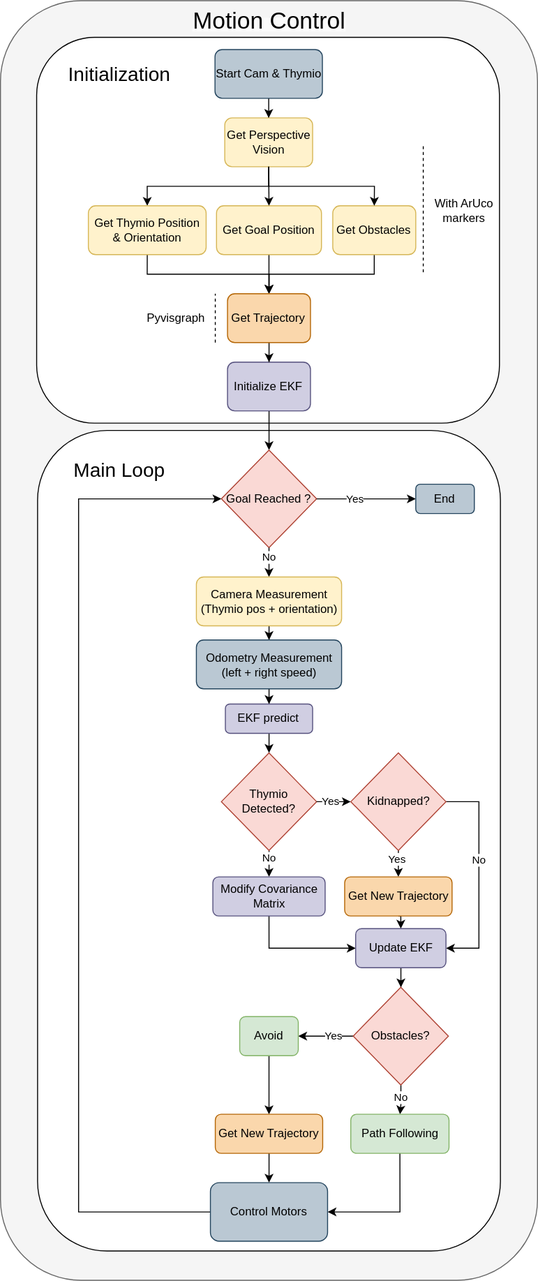
Before: img/motion_control/motion_control.svg, a diagram exported from draw.io (rayangdn/thymio-epfl). Source tidied: cells renumbered, new cells last; positions are measured from the earlier drawing's top-left corner, leaving out a move shared by most shapes.
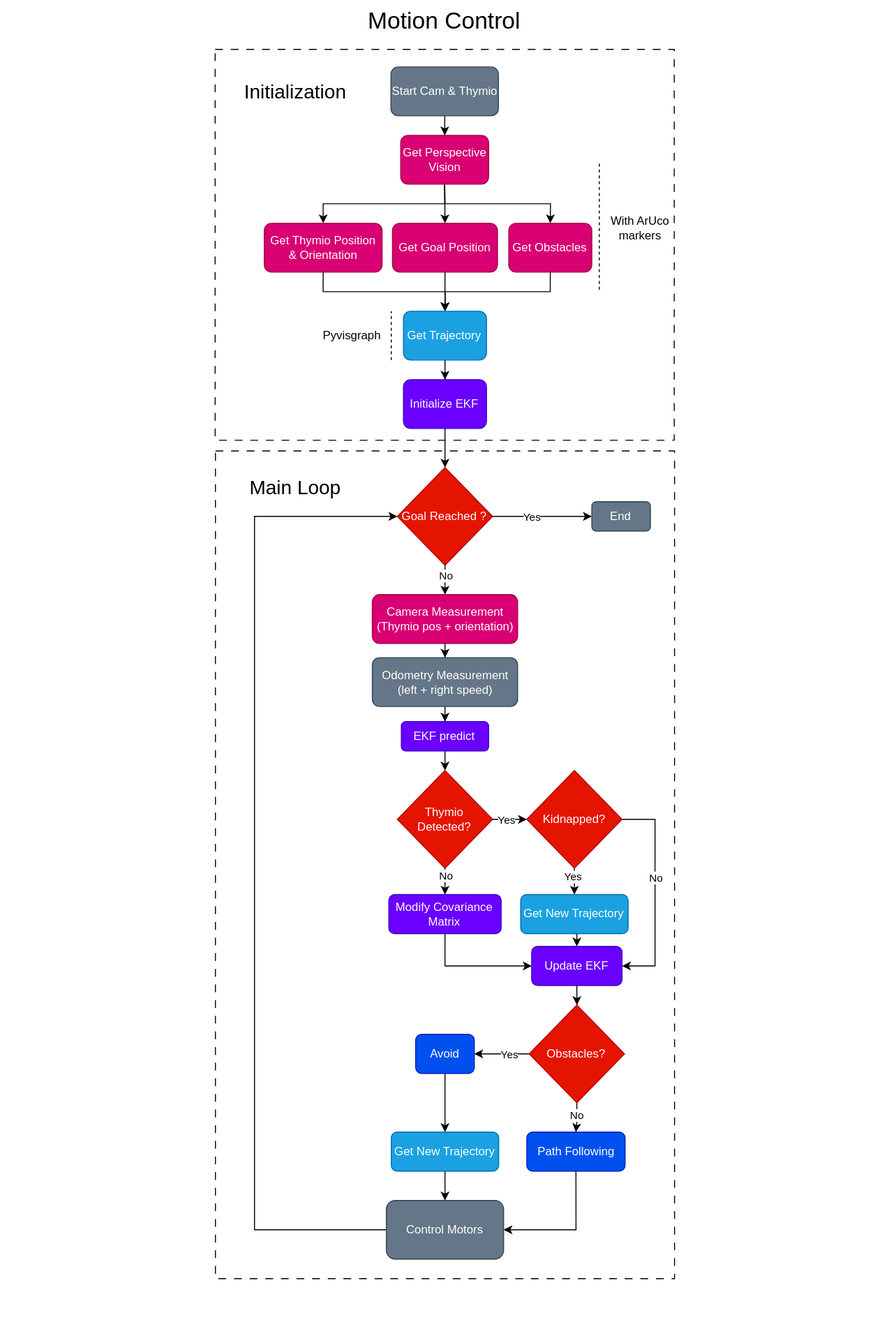
The same file after the commit.

Change to the diagram source:
```diff
@@ -2,55 +2,55 @@
   <root>
     <mxCell id="0" />
     <mxCell id="1" parent="0" />
-    <mxCell id="2" style="rounded=1;whiteSpace=wrap;html=1;fillColor=#f5f5f5;fontColor=#333333;strokeColor=#666666;" parent="1" vertex="1">
-      <mxGeometry width="550" height="1310" as="geometry" />
-    </mxCell>
-    <mxCell id="3" style="rounded=1;whiteSpace=wrap;html=1;" parent="1" vertex="1">
-      <mxGeometry x="38" y="440" width="474" height="840" as="geometry" />
-    </mxCell>
-    <mxCell id="4" style="rounded=1;whiteSpace=wrap;html=1;" parent="1" vertex="1">
-      <mxGeometry x="37" y="37.5" width="474" height="395" as="geometry" />
-    </mxCell>
+    <mxCell id="69" style="rounded=0;whiteSpace=wrap;html=1;dashed=1;dashPattern=8 8;strokeColor=none;" parent="1" vertex="1">
+      <mxGeometry x="-180.3" y="19.5" width="910" height="1320" as="geometry" />
+    </mxCell>
+    <mxCell id="70" style="rounded=0;whiteSpace=wrap;html=1;dashed=1;dashPattern=8 8;" parent="1" vertex="1">
+      <mxGeometry x="40" y="443" width="470" height="847" as="geometry" />
+    </mxCell>
+    <mxCell id="71" style="rounded=0;whiteSpace=wrap;html=1;dashed=1;dashPattern=8 8;" parent="1" vertex="1">
+      <mxGeometry x="39.7" y="32" width="470" height="400" as="geometry" />
+    </mxCell>
     <mxCell id="5" style="edgeStyle=orthogonalEdgeStyle;rounded=0;jettySize=auto;html=1;" parent="1" edge="1" source="6" target="8">
       <mxGeometry relative="1" as="geometry" />
     </mxCell>
-    <mxCell id="6" value="Start Cam &amp;amp; Thymio" style="rounded=1;whiteSpace=wrap;html=1;fillColor=#bac8d3;strokeColor=#23445d;" parent="1" vertex="1">
+    <mxCell id="6" value="Start Cam &amp;amp; Thymio" style="rounded=1;whiteSpace=wrap;html=1;fillColor=#647687;strokeColor=#314354;fontColor=#ffffff;" parent="1" vertex="1">
       <mxGeometry x="219.7" y="50" width="110" height="50" as="geometry" />
     </mxCell>
     <mxCell id="7" style="edgeStyle=orthogonalEdgeStyle;rounded=0;jettySize=auto;html=1;exitX=0.5;exitY=1;exitDx=0;exitDy=0;entryX=0.5;entryY=0;entryDx=0;entryDy=0;" parent="1" edge="1" source="8" target="10">
       <mxGeometry relative="1" as="geometry" />
     </mxCell>
-    <mxCell id="8" value="Get Perspective Vision" style="rounded=1;whiteSpace=wrap;html=1;fillColor=#fff2cc;strokeColor=#d6b656;" parent="1" vertex="1">
+    <mxCell id="8" value="Get Perspective Vision" style="rounded=1;whiteSpace=wrap;html=1;fillColor=#d80073;strokeColor=#A50040;fontColor=#ffffff;" parent="1" vertex="1">
       <mxGeometry x="229.7" y="120" width="90" height="50" as="geometry" />
     </mxCell>
     <mxCell id="9" style="edgeStyle=orthogonalEdgeStyle;rounded=0;jettySize=auto;html=1;entryX=0.5;entryY=0;entryDx=0;entryDy=0;exitX=0.5;exitY=1;exitDx=0;exitDy=0;" parent="1" edge="1" source="10" target="18">
       <mxGeometry relative="1" as="geometry" />
     </mxCell>
-    <mxCell id="10" value="Get Thymio Position &amp;amp; Orientation" style="rounded=1;whiteSpace=wrap;html=1;fillColor=#fff2cc;strokeColor=#d6b656;" parent="1" vertex="1">
+    <mxCell id="10" value="Get Thymio Position &amp;amp; Orientation" style="rounded=1;whiteSpace=wrap;html=1;fillColor=#d80073;strokeColor=#A50040;fontColor=#ffffff;" parent="1" vertex="1">
       <mxGeometry x="90" y="210" width="120.6" height="50" as="geometry" />
     </mxCell>
     <mxCell id="11" style="edgeStyle=orthogonalEdgeStyle;rounded=0;jettySize=auto;html=1;entryX=0.5;entryY=0;entryDx=0;entryDy=0;exitX=0.5;exitY=1;exitDx=0;exitDy=0;" parent="1" edge="1" source="12" target="18">
       <mxGeometry relative="1" as="geometry" />
     </mxCell>
-    <mxCell id="12" value="Get Obstacles" style="rounded=1;whiteSpace=wrap;html=1;fillColor=#fff2cc;strokeColor=#d6b656;" parent="1" vertex="1">
+    <mxCell id="12" value="Get Obstacles" style="rounded=1;whiteSpace=wrap;html=1;fillColor=#d80073;strokeColor=#A50040;fontColor=#ffffff;" parent="1" vertex="1">
       <mxGeometry x="340.3" y="210" width="85" height="50" as="geometry" />
     </mxCell>
     <mxCell id="13" style="edgeStyle=orthogonalEdgeStyle;rounded=0;jettySize=auto;html=1;" parent="1" edge="1" source="14" target="20">
       <mxGeometry relative="1" as="geometry" />
     </mxCell>
-    <mxCell id="14" value="Initialize EKF" style="rounded=1;whiteSpace=wrap;html=1;fillColor=#d0cee2;strokeColor=#56517e;" parent="1" vertex="1">
+    <mxCell id="14" value="Initialize EKF" style="rounded=1;whiteSpace=wrap;html=1;fillColor=#6a00ff;strokeColor=#3700CC;fontColor=#ffffff;" parent="1" vertex="1">
       <mxGeometry x="232.5" y="370" width="85" height="50" as="geometry" />
     </mxCell>
     <mxCell id="15" style="edgeStyle=orthogonalEdgeStyle;rounded=0;jettySize=auto;html=1;" parent="1" edge="1" source="16" target="18">
       <mxGeometry relative="1" as="geometry" />
     </mxCell>
-    <mxCell id="16" value="Get Goal Position" style="rounded=1;whiteSpace=wrap;html=1;fillColor=#fff2cc;strokeColor=#d6b656;" parent="1" vertex="1">
+    <mxCell id="16" value="Get Goal Position" style="rounded=1;whiteSpace=wrap;html=1;fillColor=#d80073;strokeColor=#A50040;fontColor=#ffffff;" parent="1" vertex="1">
       <mxGeometry x="221.2" y="210" width="107.5" height="50" as="geometry" />
     </mxCell>
     <mxCell id="17" style="edgeStyle=orthogonalEdgeStyle;rounded=0;jettySize=auto;html=1;" parent="1" edge="1" source="18" target="14">
       <mxGeometry relative="1" as="geometry" />
     </mxCell>
-    <mxCell id="18" value="Get Trajectory" style="rounded=1;whiteSpace=wrap;html=1;fillColor=#fad7ac;strokeColor=#b46504;" parent="1" vertex="1">
+    <mxCell id="18" value="Get Trajectory" style="rounded=1;whiteSpace=wrap;html=1;fillColor=#1ba1e2;strokeColor=#006EAF;fontColor=#ffffff;" parent="1" vertex="1">
       <mxGeometry x="232.5" y="300" width="85" height="50" as="geometry" />
     </mxCell>
     <mxCell id="19" style="endArrow=none;dashed=1;html=1;rounded=0;" parent="1" edge="1">
@@ -59,7 +59,7 @@
         <mxPoint x="433" y="148" as="targetPoint" />
       </mxGeometry>
     </mxCell>
-    <mxCell id="20" value="Goal Reached ?" style="rhombus;whiteSpace=wrap;html=1;fillColor=#fad9d5;strokeColor=#ae4132;" parent="1" vertex="1">
+    <mxCell id="20" value="Goal Reached ?" style="rhombus;whiteSpace=wrap;html=1;fillColor=#e51400;strokeColor=#B20000;fontColor=#ffffff;" parent="1" vertex="1">
       <mxGeometry x="226.2" y="460" width="97.5" height="100" as="geometry" />
     </mxCell>
     <mxCell id="21" style="endArrow=classic;html=1;rounded=0;exitX=1;exitY=0.5;exitDx=0;exitDy=0;entryX=0;entryY=0.5;entryDx=0;entryDy=0;" parent="1" edge="1" source="20" target="23">
@@ -70,7 +70,7 @@
         <mxPoint x="-12" as="offset" />
       </mxGeometry>
     </mxCell>
-    <mxCell id="23" value="End" style="rounded=1;whiteSpace=wrap;html=1;fillColor=#bac8d3;strokeColor=#23445d;" parent="1" vertex="1">
+    <mxCell id="23" value="End" style="rounded=1;whiteSpace=wrap;html=1;fillColor=#647687;strokeColor=#314354;fontColor=#ffffff;" parent="1" vertex="1">
       <mxGeometry x="425.3" y="495" width="60" height="30" as="geometry" />
     </mxCell>
     <mxCell id="24" style="endArrow=classic;html=1;rounded=0;exitX=0.5;exitY=1;exitDx=0;exitDy=0;entryX=0.5;entryY=0;entryDx=0;entryDy=0;" parent="1" edge="1" source="20" target="27">
@@ -84,13 +84,13 @@
     <mxCell id="26" style="edgeStyle=orthogonalEdgeStyle;rounded=0;jettySize=auto;html=1;" parent="1" edge="1" source="27" target="29">
       <mxGeometry relative="1" as="geometry" />
     </mxCell>
-    <mxCell id="27" value="Camera Measurement (Thymio pos + orientation)" style="rounded=1;whiteSpace=wrap;html=1;fillColor=#fff2cc;strokeColor=#d6b656;" parent="1" vertex="1">
+    <mxCell id="27" value="Camera Measurement (Thymio pos + orientation)" style="rounded=1;whiteSpace=wrap;html=1;fillColor=#d80073;strokeColor=#A50040;fontColor=#ffffff;" parent="1" vertex="1">
       <mxGeometry x="200.6" y="590" width="148.8" height="50" as="geometry" />
     </mxCell>
     <mxCell id="28" style="edgeStyle=orthogonalEdgeStyle;rounded=0;jettySize=auto;html=1;" parent="1" edge="1" source="29" target="34">
       <mxGeometry relative="1" as="geometry" />
     </mxCell>
-    <mxCell id="29" value="Odometry Measurement (left + right speed)" style="rounded=1;whiteSpace=wrap;html=1;fillColor=#bac8d3;strokeColor=#23445d;" parent="1" vertex="1">
+    <mxCell id="29" value="Odometry Measurement (left + right speed)" style="rounded=1;whiteSpace=wrap;html=1;fillColor=#647687;strokeColor=#314354;fontColor=#ffffff;" parent="1" vertex="1">
       <mxGeometry x="200.6" y="654.5" width="148.8" height="50" as="geometry" />
     </mxCell>
     <mxCell id="30" style="edgeStyle=orthogonalEdgeStyle;rounded=0;jettySize=auto;html=1;" parent="1" edge="1" source="32" target="45">
@@ -101,13 +101,13 @@
         <mxPoint x="-1" y="-3" as="offset" />
       </mxGeometry>
     </mxCell>
-    <mxCell id="32" value="Thymio Detected?" style="rhombus;whiteSpace=wrap;html=1;fillColor=#fad9d5;strokeColor=#ae4132;" parent="1" vertex="1">
+    <mxCell id="32" value="Thymio Detected?" style="rhombus;whiteSpace=wrap;html=1;fillColor=#e51400;strokeColor=#B20000;fontColor=#ffffff;" parent="1" vertex="1">
       <mxGeometry x="226.2" y="770" width="97.5" height="100" as="geometry" />
     </mxCell>
     <mxCell id="33" style="edgeStyle=orthogonalEdgeStyle;rounded=0;jettySize=auto;html=1;" parent="1" edge="1" source="34" target="32">
       <mxGeometry relative="1" as="geometry" />
     </mxCell>
-    <mxCell id="34" value="EKF predict" style="rounded=1;whiteSpace=wrap;html=1;fillColor=#d0cee2;strokeColor=#56517e;" parent="1" vertex="1">
+    <mxCell id="34" value="EKF predict" style="rounded=1;whiteSpace=wrap;html=1;fillColor=#6a00ff;strokeColor=#3700CC;fontColor=#ffffff;" parent="1" vertex="1">
       <mxGeometry x="230.3" y="720" width="89.4" height="30" as="geometry" />
     </mxCell>
     <mxCell id="35" style="endArrow=classic;html=1;rounded=0;exitX=1;exitY=0.5;exitDx=0;exitDy=0;entryX=0;entryY=0.5;entryDx=0;entryDy=0;" parent="1" edge="1" source="32" target="41">
@@ -139,25 +139,25 @@
         <mxPoint x="2" y="-13" as="offset" />
       </mxGeometry>
     </mxCell>
-    <mxCell id="41" value="Kidnapped?" style="rhombus;whiteSpace=wrap;html=1;fillColor=#fad9d5;strokeColor=#ae4132;" parent="1" vertex="1">
+    <mxCell id="41" value="Kidnapped?" style="rhombus;whiteSpace=wrap;html=1;fillColor=#e51400;strokeColor=#B20000;fontColor=#ffffff;" parent="1" vertex="1">
       <mxGeometry x="358.8" y="770" width="97.5" height="100" as="geometry" />
     </mxCell>
     <mxCell id="42" style="edgeStyle=orthogonalEdgeStyle;rounded=0;jettySize=auto;html=1;entryX=0.5;entryY=0;entryDx=0;entryDy=0;exitX=0.5;exitY=1;exitDx=0;exitDy=0;" parent="1" edge="1" source="43" target="47">
       <mxGeometry relative="1" as="geometry" />
     </mxCell>
-    <mxCell id="43" value="Get New Trajectory" style="rounded=1;whiteSpace=wrap;html=1;fillColor=#fad7ac;strokeColor=#b46504;" parent="1" vertex="1">
+    <mxCell id="43" value="Get New Trajectory" style="rounded=1;whiteSpace=wrap;html=1;fillColor=#1ba1e2;strokeColor=#006EAF;fontColor=#ffffff;" parent="1" vertex="1">
       <mxGeometry x="352.5" y="897" width="110" height="40" as="geometry" />
     </mxCell>
     <mxCell id="44" style="edgeStyle=orthogonalEdgeStyle;rounded=0;jettySize=auto;html=1;entryX=0;entryY=0.5;entryDx=0;entryDy=0;exitX=0.5;exitY=1;exitDx=0;exitDy=0;" parent="1" edge="1" source="45" target="47">
       <mxGeometry relative="1" as="geometry" />
     </mxCell>
-    <mxCell id="45" value="Modify Covariance Matrix" style="rounded=1;whiteSpace=wrap;html=1;fillColor=#d0cee2;strokeColor=#56517e;" parent="1" vertex="1">
+    <mxCell id="45" value="Modify Covariance Matrix" style="rounded=1;whiteSpace=wrap;html=1;fillColor=#6a00ff;strokeColor=#3700CC;fontColor=#ffffff;" parent="1" vertex="1">
       <mxGeometry x="217.5" y="897" width="115" height="40" as="geometry" />
     </mxCell>
     <mxCell id="46" style="edgeStyle=orthogonalEdgeStyle;rounded=0;jettySize=auto;html=1;" parent="1" edge="1" source="47" target="52">
       <mxGeometry relative="1" as="geometry" />
     </mxCell>
-    <mxCell id="47" value="Update EKF" style="rounded=1;whiteSpace=wrap;html=1;fillColor=#d0cee2;strokeColor=#56517e;" parent="1" vertex="1">
+    <mxCell id="47" value="Update EKF" style="rounded=1;whiteSpace=wrap;html=1;fillColor=#6a00ff;strokeColor=#3700CC;fontColor=#ffffff;" parent="1" vertex="1">
       <mxGeometry x="363.8" y="950" width="92.5" height="40" as="geometry" />
     </mxCell>
     <mxCell id="48" style="edgeStyle=orthogonalEdgeStyle;rounded=0;jettySize=auto;html=1;" parent="1" edge="1" source="52" target="54">
@@ -176,19 +176,19 @@
         <mxPoint x="-3" as="offset" />
       </mxGeometry>
     </mxCell>
-    <mxCell id="52" value="Obstacles?" style="rhombus;whiteSpace=wrap;html=1;fillColor=#fad9d5;strokeColor=#ae4132;" parent="1" vertex="1">
+    <mxCell id="52" value="Obstacles?" style="rhombus;whiteSpace=wrap;html=1;fillColor=#e51400;strokeColor=#B20000;fontColor=#ffffff;" parent="1" vertex="1">
       <mxGeometry x="361.2" y="1010" width="97.5" height="100" as="geometry" />
     </mxCell>
     <mxCell id="53" style="edgeStyle=orthogonalEdgeStyle;rounded=0;jettySize=auto;html=1;" parent="1" edge="1" source="54" target="60">
       <mxGeometry relative="1" as="geometry" />
     </mxCell>
-    <mxCell id="54" value="Avoid" style="rounded=1;whiteSpace=wrap;html=1;fillColor=#d5e8d4;strokeColor=#82b366;" parent="1" vertex="1">
+    <mxCell id="54" value="Avoid" style="rounded=1;whiteSpace=wrap;html=1;fillColor=#0050ef;strokeColor=#001DBC;fontColor=#ffffff;" parent="1" vertex="1">
       <mxGeometry x="245" y="1040" width="60" height="40" as="geometry" />
     </mxCell>
     <mxCell id="55" style="edgeStyle=orthogonalEdgeStyle;rounded=0;jettySize=auto;html=1;entryX=1;entryY=0.5;entryDx=0;entryDy=0;exitX=0.5;exitY=1;exitDx=0;exitDy=0;" parent="1" edge="1" source="56" target="58">
       <mxGeometry relative="1" as="geometry" />
     </mxCell>
-    <mxCell id="56" value="Path Following" style="rounded=1;whiteSpace=wrap;html=1;fillColor=#d5e8d4;strokeColor=#82b366;" parent="1" vertex="1">
+    <mxCell id="56" value="Path Following" style="rounded=1;whiteSpace=wrap;html=1;fillColor=#0050ef;strokeColor=#001DBC;fontColor=#ffffff;" parent="1" vertex="1">
       <mxGeometry x="358.8" y="1140" width="100.6" height="40" as="geometry" />
     </mxCell>
     <mxCell id="57" style="edgeStyle=orthogonalEdgeStyle;rounded=0;jettySize=auto;html=1;entryX=0;entryY=0.5;entryDx=0;entryDy=0;exitX=0;exitY=0.5;exitDx=0;exitDy=0;" parent="1" edge="1" source="58" target="20">
@@ -199,13 +199,13 @@
         </Array>
       </mxGeometry>
     </mxCell>
-    <mxCell id="58" value="Control Motors" style="rounded=1;whiteSpace=wrap;html=1;fillColor=#bac8d3;strokeColor=#23445d;" parent="1" vertex="1">
+    <mxCell id="58" value="Control Motors" style="rounded=1;whiteSpace=wrap;html=1;fillColor=#647687;strokeColor=#314354;fontColor=#ffffff;" parent="1" vertex="1">
       <mxGeometry x="215" y="1210" width="120" height="60" as="geometry" />
     </mxCell>
     <mxCell id="59" style="edgeStyle=orthogonalEdgeStyle;rounded=0;jettySize=auto;html=1;" parent="1" edge="1" source="60" target="58">
       <mxGeometry relative="1" as="geometry" />
     </mxCell>
-    <mxCell id="60" value="Get New Trajectory" style="rounded=1;whiteSpace=wrap;html=1;fillColor=#fad7ac;strokeColor=#b46504;" parent="1" vertex="1">
+    <mxCell id="60" value="Get New Trajectory" style="rounded=1;whiteSpace=wrap;html=1;fillColor=#1ba1e2;strokeColor=#006EAF;fontColor=#ffffff;" parent="1" vertex="1">
       <mxGeometry x="220" y="1140" width="110" height="40" as="geometry" />
     </mxCell>
     <mxCell id="61" value="&lt;font style=&quot;font-size: 20px;&quot;&gt;Main Loop&lt;/font&gt;" style="text;html=1;align=center;verticalAlign=middle;whiteSpace=wrap;rounded=0;" parent="1" vertex="1">
@@ -224,7 +224,7 @@
       <mxGeometry x="129.8" y="310" width="100" height="30" as="geometry" />
     </mxCell>
     <mxCell id="65" value="&lt;span style=&quot;color: rgb(0, 0, 0); font-family: Helvetica; font-style: normal; font-variant-ligatures: normal; font-variant-caps: normal; font-weight: 400; letter-spacing: normal; orphans: 2; text-indent: 0px; text-transform: none; widows: 2; word-spacing: 0px; -webkit-text-stroke-width: 0px; white-space: normal; background-color: rgb(251, 251, 251); text-decoration-thickness: initial; text-decoration-style: initial; text-decoration-color: initial; float: none; display: inline !important;&quot;&gt;&lt;font style=&quot;font-size: 24px;&quot;&gt;Motion Control&lt;/font&gt;&lt;/span&gt;" style="text;whiteSpace=wrap;html=1;align=center;" parent="1" vertex="1">
-      <mxGeometry x="173.8" width="202.5" height="50" as="geometry" />
+      <mxGeometry x="173.4" y="-18" width="202.5" height="50" as="geometry" />
     </mxCell>
     <mxCell id="66" value="&lt;font style=&quot;font-size: 20px;&quot;&gt;Initialization&lt;/font&gt;" style="text;html=1;align=center;verticalAlign=middle;whiteSpace=wrap;rounded=0;" parent="1" vertex="1">
       <mxGeometry x="53.8" y="60" width="136.2" height="30" as="geometry" />
```
